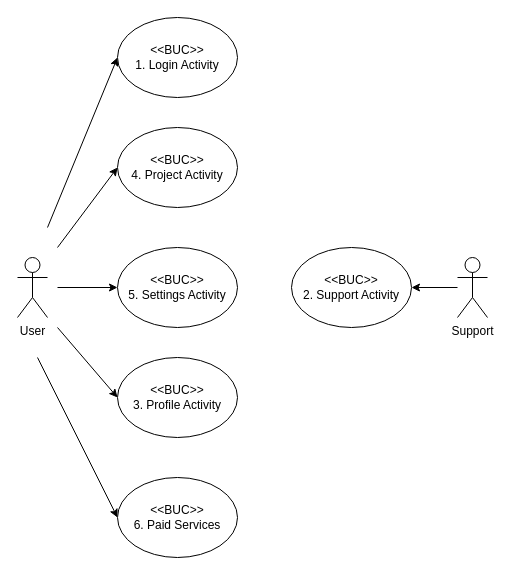
The draw.io diagram BUC Diagram.drawio in Itaybarbar/myProject, before the edit. Source tidied: cells renumbered, new cells numbered last; positions are measured from the earlier drawing's top-left corner, leaving out a move shared by most shapes. Both pictures are drawn from the tidied source at 100%, with x=0, y=0 at pixel (17, 17).
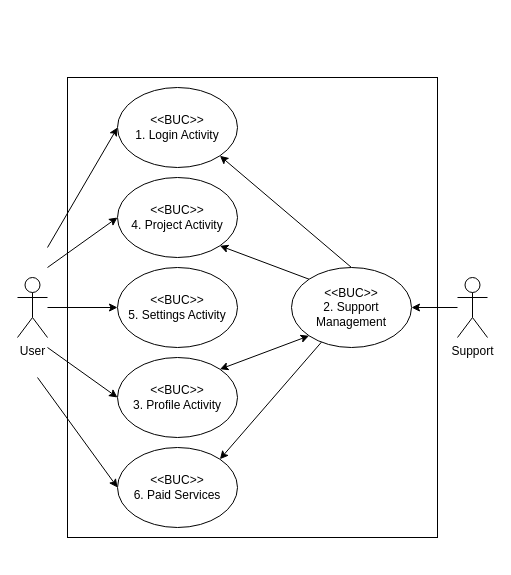
After the change.

Unchanged cells that the change refers to:
```xml
<mxCell id="13" value="&amp;lt;&amp;lt;BUC&amp;gt;&amp;gt;&lt;br&gt;3. Profile Activity" style="ellipse;whiteSpace=wrap;html=1;" parent="1" vertex="1">
  <mxGeometry x="100" y="340" width="120" height="80" as="geometry" />
</mxCell>
```

The edit, as a diff of the source:
```diff
@@
+    <mxCell id="16" style="rounded=0;whiteSpace=wrap;html=1;" parent="1" vertex="1">
+      <mxGeometry x="50" y="60" width="370" height="460" as="geometry" />
+    </mxCell>
     <mxCell id="2" style="rounded=0;jettySize=auto;html=1;entryX=0;entryY=0.5;entryDx=0;entryDy=0;" parent="1" edge="1" target="9">
       <mxGeometry relative="1" as="geometry">
-        <mxPoint x="30" y="210" as="sourcePoint" />
+        <mxPoint x="30" y="230" as="sourcePoint" />
       </mxGeometry>
     </mxCell>
     <mxCell id="3" style="edgeStyle=none;rounded=0;jettySize=auto;html=1;entryX=0;entryY=0.5;entryDx=0;entryDy=0;" parent="1" edge="1" target="11">
       <mxGeometry relative="1" as="geometry">
-        <mxPoint x="40" y="230" as="sourcePoint" />
+        <mxPoint x="30" y="250" as="sourcePoint" />
       </mxGeometry>
     </mxCell>
     <mxCell id="4" style="edgeStyle=none;rounded=0;jettySize=auto;html=1;entryX=0;entryY=0.5;entryDx=0;entryDy=0;" parent="1" edge="1" target="10">
       <mxGeometry relative="1" as="geometry">
-        <mxPoint x="40" y="270" as="sourcePoint" />
+        <mxPoint x="30" y="290" as="sourcePoint" />
       </mxGeometry>
     </mxCell>
     <mxCell id="5" style="edgeStyle=none;rounded=0;jettySize=auto;html=1;entryX=0;entryY=0.5;entryDx=0;entryDy=0;" parent="1" edge="1" target="13">
       <mxGeometry relative="1" as="geometry">
-        <mxPoint x="40" y="310" as="sourcePoint" />
+        <mxPoint x="30" y="330" as="sourcePoint" />
       </mxGeometry>
     </mxCell>
     <mxCell id="6" style="edgeStyle=none;rounded=0;jettySize=auto;html=1;entryX=0;entryY=0.5;entryDx=0;entryDy=0;" parent="1" edge="1" target="12">
       <mxGeometry relative="1" as="geometry">
-        <mxPoint x="20" y="340" as="sourcePoint" />
+        <mxPoint x="20" y="360" as="sourcePoint" />
       </mxGeometry>
     </mxCell>
     <mxCell id="7" value="User" style="shape=umlActor;verticalLabelPosition=bottom;verticalAlign=top;html=1;" parent="1" vertex="1">
-      <mxGeometry y="240" width="30" height="60" as="geometry" />
+      <mxGeometry y="260" width="30" height="60" as="geometry" />
     </mxCell>
+    <mxCell id="17" style="rounded=0;jettySize=auto;html=1;entryX=1;entryY=0;entryDx=0;entryDy=0;" parent="1" edge="1" source="8" target="12">
+      <mxGeometry relative="1" as="geometry" />
+    </mxCell>
+    <mxCell id="18" style="edgeStyle=none;rounded=0;jettySize=auto;html=1;exitX=0;exitY=0;exitDx=0;exitDy=0;entryX=1;entryY=1;entryDx=0;entryDy=0;" parent="1" edge="1" source="8" target="11">
+      <mxGeometry relative="1" as="geometry" />
+    </mxCell>
+    <mxCell id="19" style="edgeStyle=none;rounded=0;jettySize=auto;html=1;exitX=0.5;exitY=0;exitDx=0;exitDy=0;entryX=1;entryY=1;entryDx=0;entryDy=0;" parent="1" edge="1" source="8" target="9">
+      <mxGeometry relative="1" as="geometry" />
+    </mxCell>
-    <mxCell id="8" value="&amp;lt;&amp;lt;BUC&amp;gt;&amp;gt;&lt;br&gt;2. Support Activity" style="ellipse;whiteSpace=wrap;html=1;" parent="1" vertex="1">
-      <mxGeometry x="274" y="230" width="120" height="80" as="geometry" />
+    <mxCell id="8" value="&amp;lt;&amp;lt;BUC&amp;gt;&amp;gt;&lt;br&gt;2. Support Management" style="ellipse;whiteSpace=wrap;html=1;" parent="1" vertex="1">
+      <mxGeometry x="274" y="250" width="120" height="80" as="geometry" />
     </mxCell>
     <mxCell id="9" value="&amp;lt;&amp;lt;BUC&amp;gt;&amp;gt;&lt;br&gt;1. Login Activity" style="ellipse;whiteSpace=wrap;html=1;" parent="1" vertex="1">
-      <mxGeometry x="100" width="120" height="80" as="geometry" />
+      <mxGeometry x="100" y="70" width="120" height="80" as="geometry" />
     </mxCell>
     <mxCell id="10" value="&amp;lt;&amp;lt;BUC&amp;gt;&amp;gt;&lt;br&gt;5. Settings Activity" style="ellipse;whiteSpace=wrap;html=1;" parent="1" vertex="1">
-      <mxGeometry x="100" y="230" width="120" height="80" as="geometry" />
+      <mxGeometry x="100" y="250" width="120" height="80" as="geometry" />
     </mxCell>
     <mxCell id="11" value="&amp;lt;&amp;lt;BUC&amp;gt;&amp;gt;&lt;br&gt;4. Project Activity" style="ellipse;whiteSpace=wrap;html=1;" parent="1" vertex="1">
-      <mxGeometry x="100" y="110" width="120" height="80" as="geometry" />
+      <mxGeometry x="100" y="160" width="120" height="80" as="geometry" />
     </mxCell>
     <mxCell id="12" value="&amp;lt;&amp;lt;BUC&amp;gt;&amp;gt;&lt;br&gt;6. Paid Services" style="ellipse;whiteSpace=wrap;html=1;" parent="1" vertex="1">
-      <mxGeometry x="100" y="460" width="120" height="80" as="geometry" />
+      <mxGeometry x="100" y="430" width="120" height="80" as="geometry" />
     </mxCell>
@@
     <mxCell id="14" style="edgeStyle=none;rounded=0;jettySize=auto;html=1;entryX=1;entryY=0.5;entryDx=0;entryDy=0;" parent="1" edge="1" target="8">
       <mxGeometry relative="1" as="geometry">
-        <mxPoint x="440" y="270" as="sourcePoint" />
+        <mxPoint x="440" y="290" as="sourcePoint" />
       </mxGeometry>
     </mxCell>
     <mxCell id="15" value="Support" style="shape=umlActor;verticalLabelPosition=bottom;verticalAlign=top;html=1;" parent="1" vertex="1">
-      <mxGeometry x="440" y="240" width="30" height="60" as="geometry" />
+      <mxGeometry x="440" y="260" width="30" height="60" as="geometry" />
     </mxCell>
+    <mxCell id="20" style="endArrow=classic;startArrow=classic;html=1;rounded=0;exitX=1;exitY=0;exitDx=0;exitDy=0;entryX=0;entryY=1;entryDx=0;entryDy=0;" parent="1" edge="1" source="13" target="8">
+      <mxGeometry relative="1" as="geometry" />
+    </mxCell>
```
